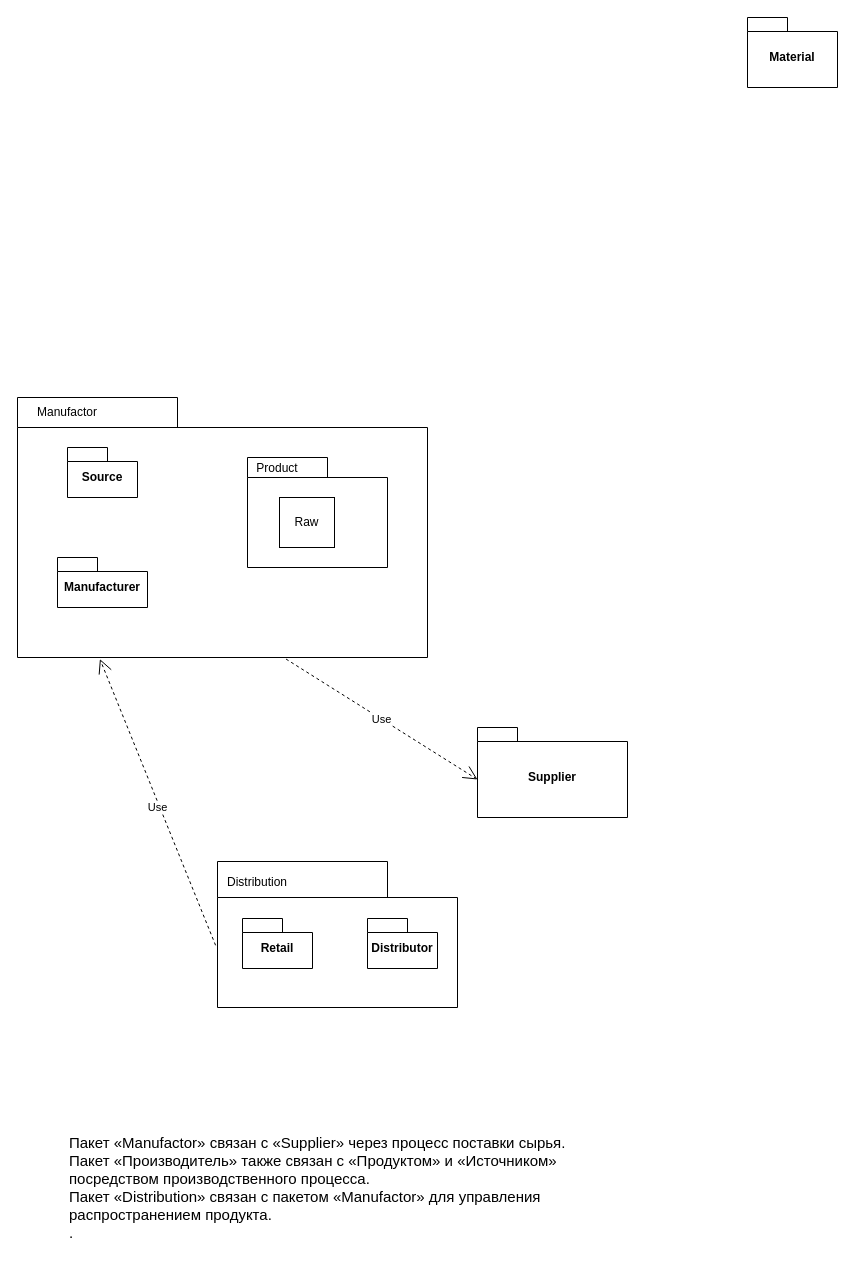
Before: page "Package Diagram" (1 of 3) of UML/Package_diagram.drawio in zavaranak/932102.Dang, a draw.io diagram. Source tidied: cells renumbered, new cells numbered last; positions are measured from the earlier drawing's top-left corner, leaving out a move shared by most shapes. Both pictures are drawn from the tidied source at 100%, with x=0, y=0 at pixel (17, 17).
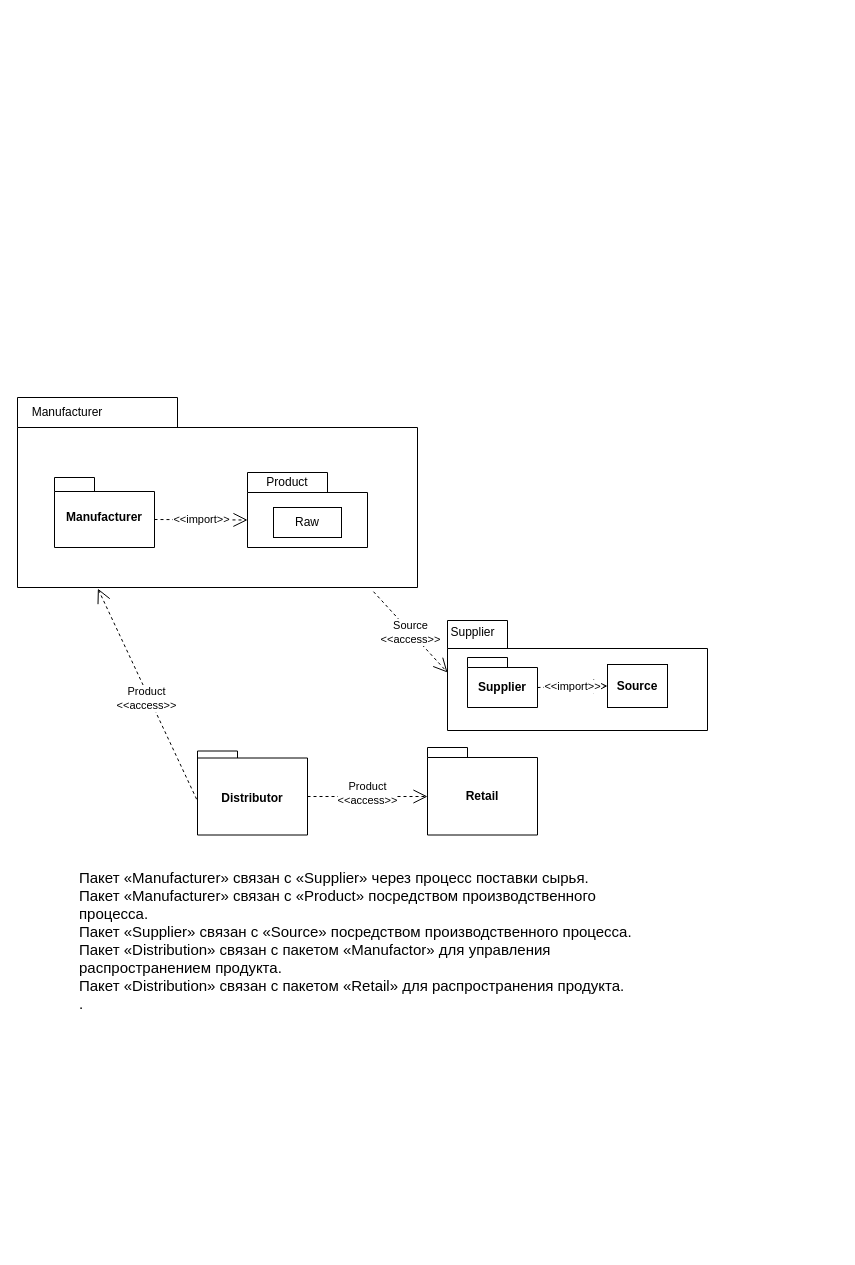
After the change.

The edit, as a diff of the source:
```diff
@@
     <mxCell id="2" style="shape=folder;fontStyle=1;spacingTop=10;tabWidth=160;tabHeight=30;tabPosition=left;html=1;whiteSpace=wrap;" parent="1" vertex="1">
-      <mxGeometry y="380" width="410" height="260" as="geometry" />
+      <mxGeometry y="380" width="400" height="190" as="geometry" />
     </mxCell>
-    <mxCell id="3" value="Supplier" style="shape=folder;fontStyle=1;spacingTop=10;tabWidth=40;tabHeight=14;tabPosition=left;html=1;whiteSpace=wrap;" parent="1" vertex="1">
-      <mxGeometry x="460" y="710" width="150" height="90" as="geometry" />
+    <mxCell id="3" style="shape=folder;fontStyle=1;spacingTop=10;tabWidth=60;tabHeight=28;tabPosition=left;html=1;whiteSpace=wrap;" parent="1" vertex="1">
+      <mxGeometry x="430" y="603" width="260" height="110" as="geometry" />
     </mxCell>
-    <mxCell id="4" value="Manufactor" style="text;html=1;strokeColor=none;fillColor=none;align=center;verticalAlign=middle;whiteSpace=wrap;rounded=0;" parent="1" vertex="1">
+    <mxCell id="4" value="Manufacturer" style="text;html=1;strokeColor=none;fillColor=none;align=center;verticalAlign=middle;whiteSpace=wrap;rounded=0;" parent="1" vertex="1">
       <mxGeometry x="20" y="380" width="60" height="30" as="geometry" />
     </mxCell>
-    <mxCell id="5" value="Source" style="shape=folder;fontStyle=1;spacingTop=10;tabWidth=40;tabHeight=14;tabPosition=left;html=1;whiteSpace=wrap;" parent="1" vertex="1">
-      <mxGeometry x="50" y="430" width="70" height="50" as="geometry" />
+    <mxCell id="5" value="Supplier" style="shape=folder;fontStyle=1;spacingTop=10;tabWidth=40;tabHeight=10;tabPosition=left;html=1;whiteSpace=wrap;" parent="1" vertex="1">
+      <mxGeometry x="450" y="640" width="70" height="50" as="geometry" />
     </mxCell>
     <mxCell id="6" style="shape=folder;fontStyle=1;spacingTop=10;tabWidth=80;tabHeight=20;tabPosition=left;html=1;whiteSpace=wrap;" parent="1" vertex="1">
-      <mxGeometry x="230" y="440" width="140" height="110" as="geometry" />
+      <mxGeometry x="230" y="455" width="120" height="75" as="geometry" />
     </mxCell>
-    <mxCell id="7" value="Manufacturer" style="shape=folder;fontStyle=1;spacingTop=10;tabWidth=40;tabHeight=14;tabPosition=left;html=1;whiteSpace=wrap;" parent="1" vertex="1">
-      <mxGeometry x="40" y="540" width="90" height="50" as="geometry" />
+    <mxCell id="7" value="Manufacturer" style="shape=folder;fontStyle=1;spacingTop=10;tabWidth=40;tabHeight=14;tabPosition=left;html=1;whiteSpace=wrap;direction=east;" parent="1" vertex="1">
+      <mxGeometry x="37" y="460" width="100" height="70" as="geometry" />
     </mxCell>
-    <mxCell id="8" value="Material" style="shape=folder;fontStyle=1;spacingTop=10;tabWidth=40;tabHeight=14;tabPosition=left;html=1;whiteSpace=wrap;" parent="1" vertex="1">
-      <mxGeometry x="730" width="90" height="70" as="geometry" />
-    </mxCell>
-    <mxCell id="9" style="shape=folder;fontStyle=1;spacingTop=10;tabWidth=170;tabHeight=36;tabPosition=left;html=1;whiteSpace=wrap;" parent="1" vertex="1">
-      <mxGeometry x="200" y="844" width="240" height="146" as="geometry" />
+    <mxCell id="9" value="Distributor" style="shape=folder;fontStyle=1;spacingTop=10;tabWidth=40;tabHeight=7;tabPosition=left;html=1;whiteSpace=wrap;" parent="1" vertex="1">
+      <mxGeometry x="180" y="733.5" width="110" height="84" as="geometry" />
     </mxCell>
-    <mxCell id="10" value="Distribution" style="text;html=1;strokeColor=none;fillColor=none;align=center;verticalAlign=middle;whiteSpace=wrap;rounded=0;" parent="1" vertex="1">
-      <mxGeometry x="210" y="850" width="60" height="30" as="geometry" />
-    </mxCell>
-    <mxCell id="11" value="Retail" style="shape=folder;fontStyle=1;spacingTop=10;tabWidth=40;tabHeight=14;tabPosition=left;html=1;whiteSpace=wrap;" parent="1" vertex="1">
-      <mxGeometry x="225" y="901" width="70" height="50" as="geometry" />
+    <mxCell id="11" value="Retail" style="shape=folder;fontStyle=1;spacingTop=10;tabWidth=40;tabHeight=10;tabPosition=left;html=1;whiteSpace=wrap;" parent="1" vertex="1">
+      <mxGeometry x="410" y="730" width="110" height="87.5" as="geometry" />
     </mxCell>
-    <mxCell id="12" value="Distributor" style="shape=folder;fontStyle=1;spacingTop=10;tabWidth=40;tabHeight=14;tabPosition=left;html=1;whiteSpace=wrap;" parent="1" vertex="1">
-      <mxGeometry x="350" y="901" width="70" height="50" as="geometry" />
-    </mxCell>
-    <mxCell id="13" value="Use" style="endArrow=open;endSize=12;dashed=1;html=1;rounded=0;exitX=0.655;exitY=1.006;exitDx=0;exitDy=0;exitPerimeter=0;entryX=0;entryY=0;entryDx=0;entryDy=52;entryPerimeter=0;" parent="1" edge="1" source="2" target="3">
+    <mxCell id="13" value="Source&lt;br&gt;&amp;lt;&amp;lt;access&amp;gt;&amp;gt;" style="endArrow=open;endSize=12;dashed=1;html=1;rounded=0;exitX=0.89;exitY=1.022;exitDx=0;exitDy=0;exitPerimeter=0;entryX=0;entryY=0;entryDx=0;entryDy=52;entryPerimeter=0;" parent="1" edge="1" source="2" target="3">
       <mxGeometry relative="1" as="geometry" />
     </mxCell>
-    <mxCell id="14" value="Use" style="endArrow=open;endSize=12;dashed=1;html=1;rounded=0;exitX=-0.008;exitY=0.574;exitDx=0;exitDy=0;exitPerimeter=0;entryX=0.201;entryY=1.006;entryDx=0;entryDy=0;entryPerimeter=0;" parent="1" edge="1" source="9" target="2">
+    <mxCell id="14" value="Product&lt;br&gt;&amp;lt;&amp;lt;access&amp;gt;&amp;gt;" style="endArrow=open;endSize=12;dashed=1;html=1;rounded=0;exitX=-0.008;exitY=0.574;exitDx=0;exitDy=0;exitPerimeter=0;entryX=0.201;entryY=1.006;entryDx=0;entryDy=0;entryPerimeter=0;" parent="1" edge="1" source="9" target="2">
       <mxGeometry x="-0.03" y="2" relative="1" as="geometry">
         <mxPoint y="1" as="offset" />
       </mxGeometry>
     </mxCell>
-    <mxCell id="15" value="Пакет «Manufactor» связан с «Supplier» через процесс поставки сырья.&#10;Пакет «Производитель» также связан с «Продуктом» и «Источником» посредством производственного процесса.&#10;Пакет «Distribution» связан с пакетом «Manufactor» для управления распространением продукта.&#10;." style="text;whiteSpace=wrap;strokeWidth=4;fontSize=15;" parent="1" vertex="1">
-      <mxGeometry x="50" y="1110" width="560" height="120" as="geometry" />
+    <mxCell id="15" value="Пакет «Manufacturer» связан с «Supplier» через процесс поставки сырья.&#10;Пакет «Manufacturer» связан с «Product» посредством производственного процесса.&#10;Пакет «Supplier» связан с «Source» посредством производственного процесса.&#10;Пакет «Distribution» связан с пакетом «Manufactor» для управления распространением продукта.&#10;Пакет «Distribution» связан с пакетом «Retail» для распространения продукта.&#10;." style="text;whiteSpace=wrap;strokeWidth=4;fontSize=15;" parent="1" vertex="1">
+      <mxGeometry x="60" y="845" width="560" height="145" as="geometry" />
     </mxCell>
     <mxCell id="16" value="Product" style="text;html=1;strokeColor=none;fillColor=none;align=center;verticalAlign=middle;whiteSpace=wrap;rounded=0;" parent="1" vertex="1">
-      <mxGeometry x="230" y="436" width="60" height="30" as="geometry" />
+      <mxGeometry x="240" y="450" width="60" height="30" as="geometry" />
     </mxCell>
     <mxCell id="17" value="Raw" style="html=1;whiteSpace=wrap;" parent="1" vertex="1">
-      <mxGeometry x="262" y="480" width="55" height="50" as="geometry" />
+      <mxGeometry x="256" y="490" width="68" height="30" as="geometry" />
     </mxCell>
+    <mxCell id="18" value="Supplier" style="text;html=1;align=center;verticalAlign=middle;strokeColor=none;fillColor=none;" parent="1" vertex="1">
+      <mxGeometry x="420" y="600" width="70" height="30" as="geometry" />
+    </mxCell>
+    <mxCell id="19" value="&lt;b&gt;Source&lt;/b&gt;" style="html=1;whiteSpace=wrap;" parent="1" vertex="1">
+      <mxGeometry x="590" y="647" width="60" height="43" as="geometry" />
+    </mxCell>
+    <mxCell id="20" value="Product&lt;br&gt;&amp;lt;&amp;lt;access&amp;gt;&amp;gt;" style="endArrow=open;endSize=12;dashed=1;html=1;rounded=0;exitX=0;exitY=0;exitDx=110;exitDy=45.5;exitPerimeter=0;" parent="1" edge="1" source="9">
+      <mxGeometry y="4" relative="1" as="geometry">
+        <mxPoint x="410" y="779" as="targetPoint" />
+        <mxPoint y="1" as="offset" />
+      </mxGeometry>
+    </mxCell>
+    <mxCell id="21" value="&amp;lt;&amp;lt;import&amp;gt;&amp;gt;" style="endArrow=open;endSize=12;dashed=1;html=1;rounded=0;exitX=0;exitY=0;exitDx=100;exitDy=42;exitPerimeter=0;entryX=0;entryY=0;entryDx=0;entryDy=47.5;entryPerimeter=0;" parent="1" edge="1" source="7" target="6">
+      <mxGeometry relative="1" as="geometry" />
+    </mxCell>
+    <mxCell id="22" value="&amp;lt;&amp;lt;import&amp;gt;&amp;gt;" style="endArrow=open;endSize=12;dashed=1;html=1;rounded=0;exitX=0;exitY=0;exitDx=70;exitDy=30;exitPerimeter=0;entryX=0;entryY=0.5;entryDx=0;entryDy=0;" parent="1" edge="1" source="5" target="19">
+      <mxGeometry relative="1" as="geometry" />
+    </mxCell>
```
